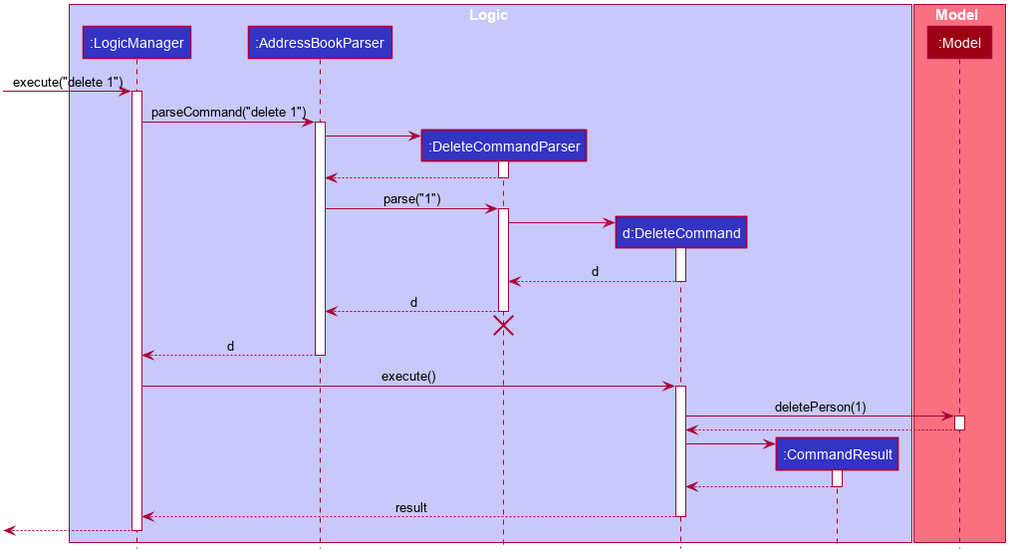
The PlantUML diagram docs/images/DeleteSequenceDiagram.png in nus-cs2103-AY2223S2/tp, before a commit.
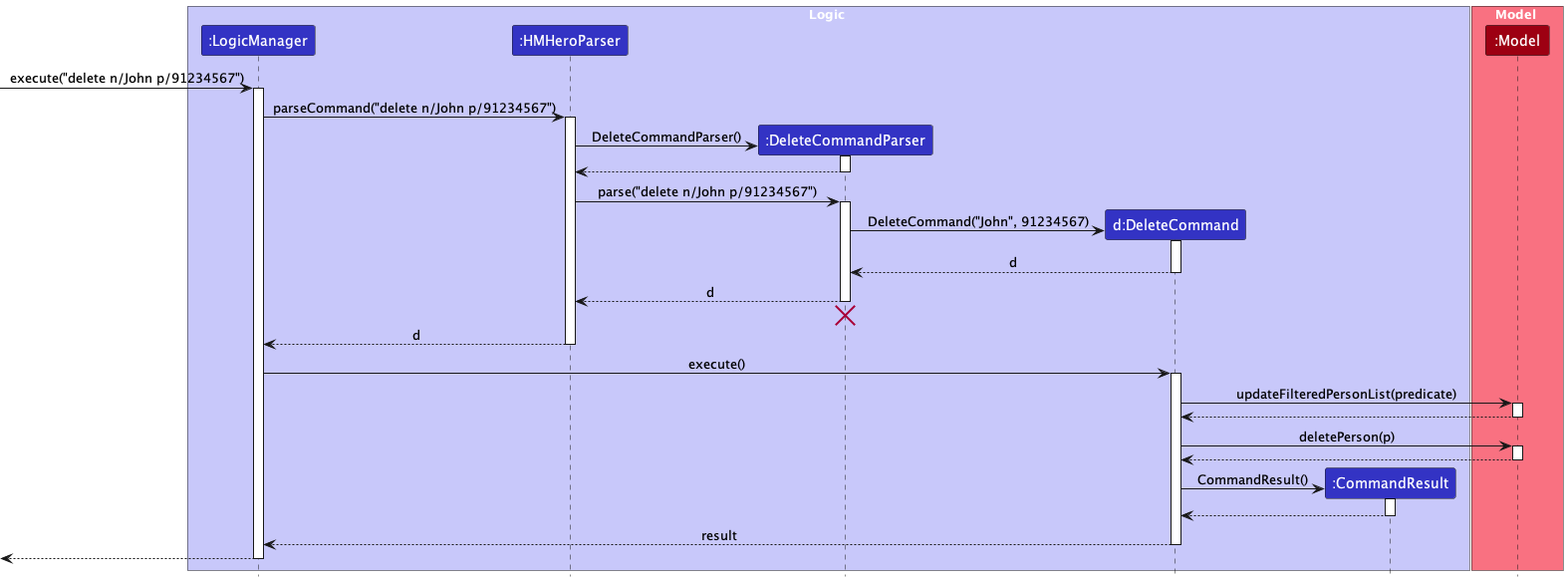
The same file after the commit.

Diff of the diagram source:
```diff
@@ -1,107 +1,66 @@
 @startuml
+!include style.puml
 
-
-
-
-
-
-
-
-skinparam BackgroundColor #FFFFFFF
-
-skinparam Shadowing false
-
-skinparam Class {
-    FontColor #FFFFFF
-    BorderThickness 1
-    BorderColor #FFFFFF
-    StereotypeFontColor #FFFFFF
-    FontName Arial
-}
-
-skinparam Actor {
-    BorderColor #000000
-    Color #000000
-    FontName Arial
-}
-
-skinparam Sequence {
-    MessageAlign center
-    BoxFontSize 15
-    BoxPadding 0
-    BoxFontColor #FFFFFF
-    FontName Arial
-}
-
-skinparam Participant {
-    FontColor #FFFFFFF
-    Padding 20
-}
-
-skinparam MinClassWidth 50
-skinparam ParticipantPadding 10
-skinparam Shadowing false
-skinparam DefaultTextAlignment center
-skinparam packageStyle Rectangle
-
-hide footbox
-hide members
-hide circle
-
-box Logic #C8C8FA
-participant ":LogicManager" as LogicManager #3333C4
-participant ":AddressBookParser" as AddressBookParser #3333C4
-participant ":DeleteCommandParser" as DeleteCommandParser #3333C4
-participant "d:DeleteCommand" as DeleteCommand #3333C4
-participant ":CommandResult" as CommandResult #3333C4
+box Logic LOGIC_COLOR_T1
+participant ":LogicManager" as LogicManager LOGIC_COLOR
+participant ":HMHeroParser" as HMHeroParser LOGIC_COLOR
+participant ":DeleteCommandParser" as DeleteCommandParser LOGIC_COLOR
+participant "d:DeleteCommand" as DeleteCommand LOGIC_COLOR
+participant ":CommandResult" as CommandResult LOGIC_COLOR
 end box
 
-box Model #F97181
-participant ":Model" as Model #9D0012
+box Model MODEL_COLOR_T1
+participant ":Model" as Model MODEL_COLOR
 end box
 
-[-> LogicManager : execute("delete 1")
+[-> LogicManager : execute("delete n/John p/91234567")
 activate LogicManager
 
-LogicManager -> AddressBookParser : parseCommand("delete 1")
-activate AddressBookParser
+LogicManager -> HMHeroParser : parseCommand("delete n/John p/91234567")
+activate HMHeroParser
 
 create DeleteCommandParser
-AddressBookParser -> DeleteCommandParser
+HMHeroParser -> DeleteCommandParser : DeleteCommandParser()
 activate DeleteCommandParser
 
-DeleteCommandParser --> AddressBookParser
+DeleteCommandParser --> HMHeroParser
 deactivate DeleteCommandParser
 
-AddressBookParser -> DeleteCommandParser : parse("1")
+HMHeroParser -> DeleteCommandParser : parse("delete n/John p/91234567")
 activate DeleteCommandParser
 
 create DeleteCommand
-DeleteCommandParser -> DeleteCommand
+DeleteCommandParser -> DeleteCommand : DeleteCommand("John", 91234567)
 activate DeleteCommand
 
 DeleteCommand --> DeleteCommandParser : d
 deactivate DeleteCommand
 
-DeleteCommandParser --> AddressBookParser : d
+DeleteCommandParser --> HMHeroParser : d
 deactivate DeleteCommandParser
-DeleteCommandParser -[hidden]-> AddressBookParser
+DeleteCommandParser -[hidden]-> HMHeroParser
 destroy DeleteCommandParser
 
-AddressBookParser --> LogicManager : d
-deactivate AddressBookParser
+HMHeroParser --> LogicManager : d
+deactivate HMHeroParser
 
 LogicManager -> DeleteCommand : execute()
 activate DeleteCommand
 
-DeleteCommand -> Model : deletePerson(1)
+DeleteCommand -> Model : updateFilteredPersonList(predicate)
+activate Model
+
+Model --> DeleteCommand
+deactivate Model
+
+DeleteCommand -> Model : deletePerson(p)
 activate Model
 
 Model --> DeleteCommand
 deactivate Model
 
 create CommandResult
-DeleteCommand -> CommandResult
+DeleteCommand -> CommandResult : CommandResult()
 activate CommandResult
 
 CommandResult --> DeleteCommand
```
